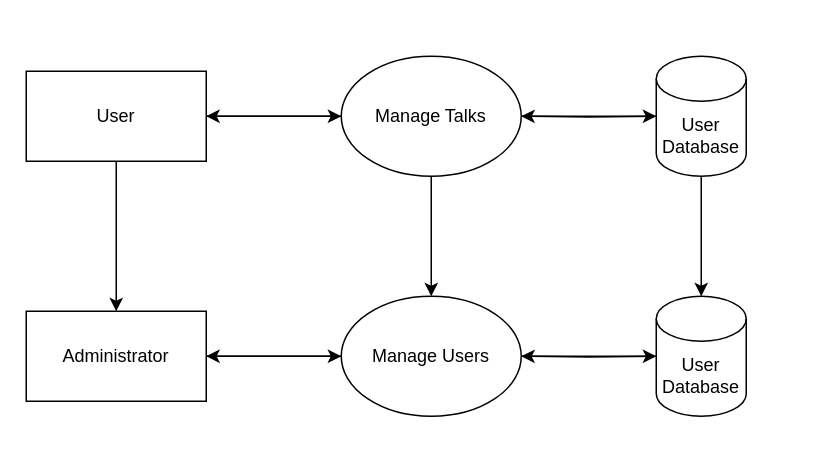
tiagorcfortunato/Case-Implementation-ASD keeps this draw.io diagram as Untitled Diagram.drawio. Above is the earlier version. Source tidied: cells renumbered, new cells numbered last; positions are measured from the earlier drawing's top-left corner, leaving out a move shared by most shapes. Both pictures are drawn from the tidied source at 150%, with x=0, y=0 at pixel (26, 56).
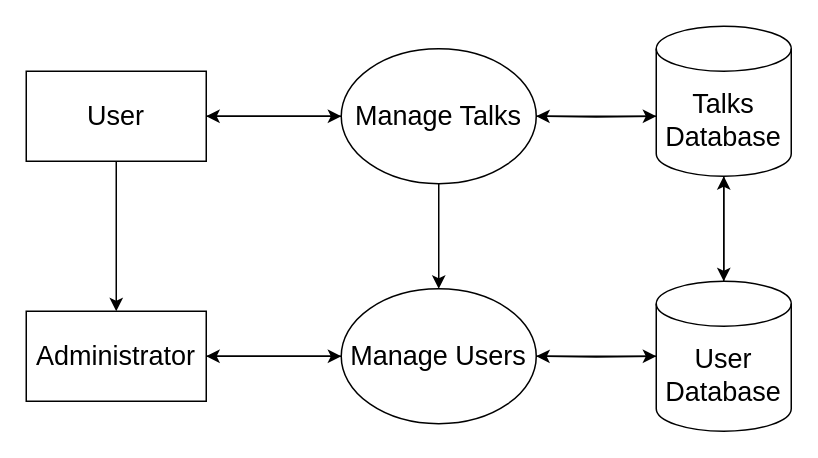
Above is the later version.

Change to the diagram source:
```diff
@@
-    <mxCell id="4" value="User" style="rounded=0;whiteSpace=wrap;html=1;" parent="1" vertex="1">
+    <mxCell id="4" value="&lt;font style=&quot;font-size: 18px;&quot;&gt;User&lt;/font&gt;" style="rounded=0;whiteSpace=wrap;html=1;" parent="1" vertex="1">
       <mxGeometry y="10" width="120" height="60" as="geometry" />
     </mxCell>
@@
-    <mxCell id="6" value="Administrator" style="rounded=0;whiteSpace=wrap;html=1;" parent="1" vertex="1">
+    <mxCell id="6" value="&lt;font style=&quot;font-size: 18px;&quot;&gt;Administrator&lt;/font&gt;" style="rounded=0;whiteSpace=wrap;html=1;" parent="1" vertex="1">
       <mxGeometry y="170" width="120" height="60" as="geometry" />
     </mxCell>
@@
-    <mxCell id="9" value="Manage Users" style="ellipse;whiteSpace=wrap;html=1;" parent="1" vertex="1">
-      <mxGeometry x="210" y="160" width="120" height="80" as="geometry" />
+    <mxCell id="9" value="&lt;font style=&quot;font-size: 18px;&quot;&gt;Manage Users&lt;/font&gt;" style="ellipse;whiteSpace=wrap;html=1;" parent="1" vertex="1">
+      <mxGeometry x="210" y="155" width="130" height="90" as="geometry" />
     </mxCell>
@@
-    <mxCell id="13" value="Manage Talks" style="ellipse;whiteSpace=wrap;html=1;" parent="1" vertex="1">
-      <mxGeometry x="210" width="120" height="80" as="geometry" />
+    <mxCell id="13" value="&lt;font style=&quot;font-size: 18px;&quot;&gt;Manage Talks&lt;/font&gt;" style="ellipse;whiteSpace=wrap;html=1;" parent="1" vertex="1">
+      <mxGeometry x="210" y="-5" width="130" height="90" as="geometry" />
     </mxCell>
@@
-    <mxCell id="16" style="edgeStyle=orthogonalEdgeStyle;rounded=0;jettySize=auto;html=1;exitX=0.5;exitY=1;exitDx=0;exitDy=0;exitPerimeter=0;entryX=0.5;entryY=0;entryDx=0;entryDy=0;entryPerimeter=0;" parent="1" edge="1" source="18" target="17">
+    <mxCell id="16" style="edgeStyle=orthogonalEdgeStyle;rounded=0;jettySize=auto;html=1;" parent="1" edge="1" source="18" target="17">
       <mxGeometry relative="1" as="geometry" />
     </mxCell>
+    <mxCell id="18" value="&lt;font style=&quot;font-size: 18px;&quot;&gt;Talks Database&lt;/font&gt;" style="shape=cylinder3;whiteSpace=wrap;html=1;boundedLbl=1;backgroundOutline=1;size=15;" parent="1" vertex="1">
+      <mxGeometry x="420" y="-20" width="90" height="100" as="geometry" />
+    </mxCell>
-    <mxCell id="17" value="User Database" style="shape=cylinder3;whiteSpace=wrap;html=1;boundedLbl=1;backgroundOutline=1;size=15;" parent="1" vertex="1">
-      <mxGeometry x="420" y="160" width="60" height="80" as="geometry" />
+    <mxCell id="17" value="&lt;font style=&quot;font-size: 18px;&quot;&gt;User Database&lt;/font&gt;" style="shape=cylinder3;whiteSpace=wrap;html=1;boundedLbl=1;backgroundOutline=1;size=15;" parent="1" vertex="1">
+      <mxGeometry x="420" y="150" width="90" height="100" as="geometry" />
     </mxCell>
-    <mxCell id="18" value="User Database" style="shape=cylinder3;whiteSpace=wrap;html=1;boundedLbl=1;backgroundOutline=1;size=15;" parent="1" vertex="1">
-      <mxGeometry x="420" width="60" height="80" as="geometry" />
-    </mxCell>
+    <mxCell id="19" style="edgeStyle=orthogonalEdgeStyle;rounded=0;jettySize=auto;html=1;entryX=0.5;entryY=1;entryDx=0;entryDy=0;entryPerimeter=0;" parent="1" edge="1" source="17" target="18">
+      <mxGeometry relative="1" as="geometry" />
+    </mxCell>
```
